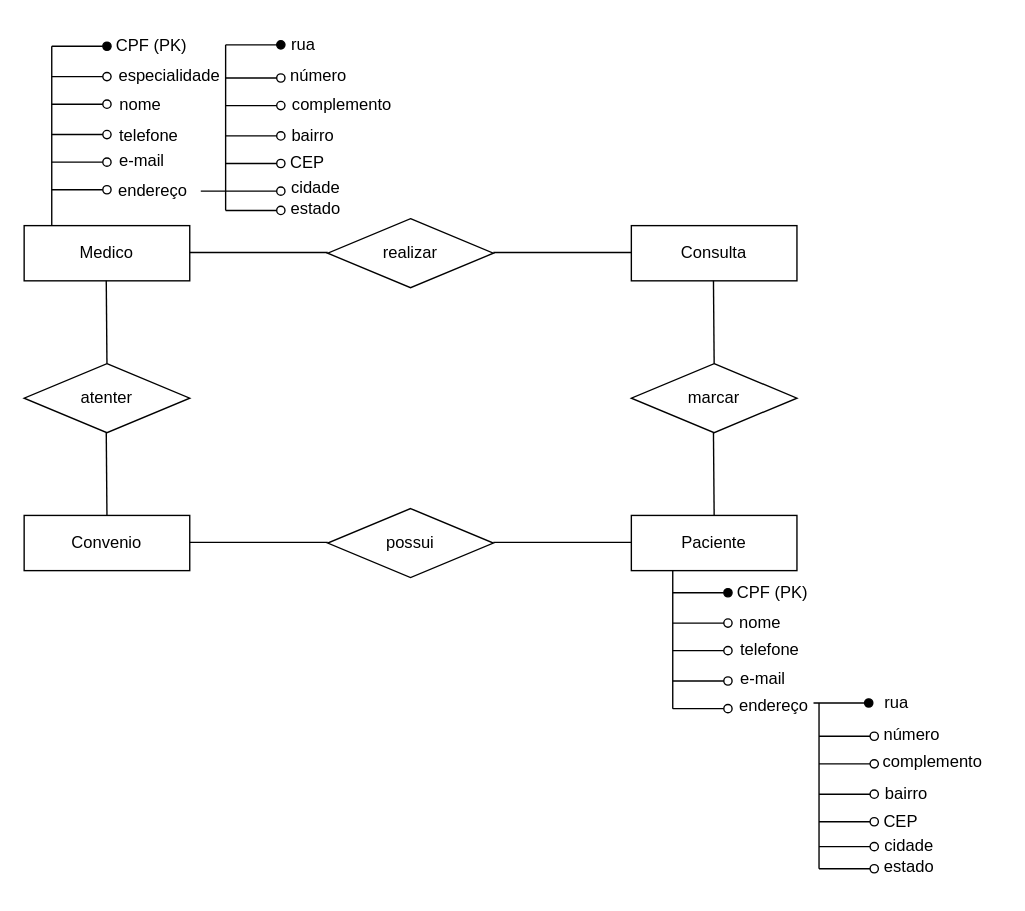
Above: Diagrama sem nome.drawio in cristianetechcode/Portifolio (draw.io), before the change. Source tidied: cells renumbered, new cells numbered last; positions are measured from the earlier drawing's top-left corner, leaving out a move shared by most shapes. Both pictures are drawn from the tidied source at 138%, with x=0, y=0 at pixel (23, 23).
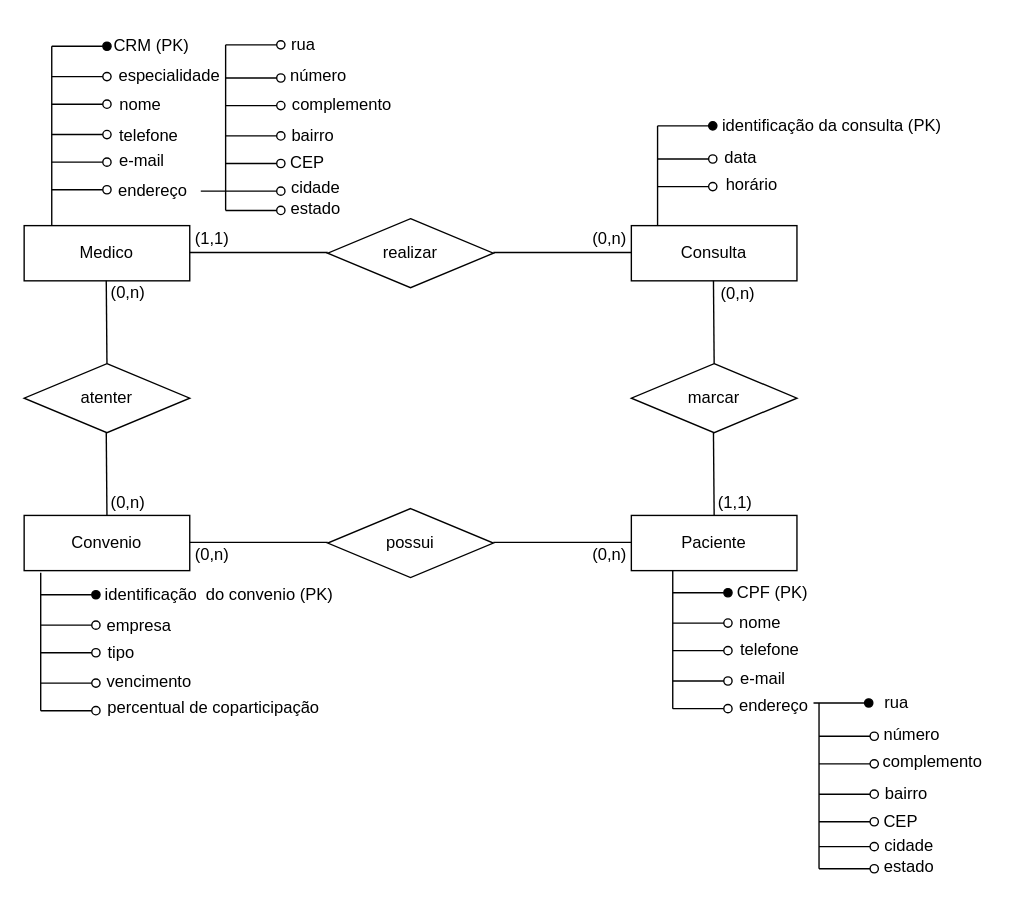
After the change.

What changed in the source:
```diff
@@
-    <mxCell id="25" value="CPF (PK)" style="text;html=1;align=center;verticalAlign=middle;strokeColor=none;fillColor=none;" parent="1" vertex="1">
-      <mxGeometry x="57" y="1" width="70" height="30" as="geometry" />
+    <mxCell id="25" value="CRM (PK)" style="text;html=1;align=center;verticalAlign=middle;strokeColor=none;fillColor=none;" parent="1" vertex="1">
+      <mxGeometry x="52" y="1" width="80" height="30" as="geometry" />
     </mxCell>
@@
-    <mxCell id="31" style="endArrow=oval;html=1;rounded=0;startArrow=none;startFill=0;endFill=1;" parent="1" edge="1">
+    <mxCell id="31" style="endArrow=oval;html=1;rounded=0;startArrow=none;startFill=0;endFill=0;" parent="1" edge="1">
       <mxGeometry relative="1" as="geometry">
         <mxPoint x="146" y="15" as="sourcePoint" />
         <mxPoint x="186" y="15" as="targetPoint" />
       </mxGeometry>
     </mxCell>
@@
+    <mxCell id="72" value="(1,1)" style="text;html=1;align=center;verticalAlign=middle;strokeColor=none;fillColor=none;" parent="1" vertex="1">
+      <mxGeometry x="111" y="141" width="50" height="30" as="geometry" />
+    </mxCell>
+    <mxCell id="73" value="(0,n)" style="text;html=1;align=center;verticalAlign=middle;strokeColor=none;fillColor=none;" parent="1" vertex="1">
+      <mxGeometry x="492" y="181" width="50" height="30" as="geometry" />
+    </mxCell>
+    <mxCell id="74" value="(0,n)" style="text;html=1;align=center;verticalAlign=middle;strokeColor=none;fillColor=none;" parent="1" vertex="1">
+      <mxGeometry x="399" y="370" width="50" height="30" as="geometry" />
+    </mxCell>
+    <mxCell id="75" value="(0,n)" style="text;html=1;align=center;verticalAlign=middle;strokeColor=none;fillColor=none;" parent="1" vertex="1">
+      <mxGeometry x="111" y="370" width="50" height="30" as="geometry" />
+    </mxCell>
+    <mxCell id="76" value="(0,n)" style="text;html=1;align=center;verticalAlign=middle;strokeColor=none;fillColor=none;" parent="1" vertex="1">
+      <mxGeometry x="399" y="141" width="50" height="30" as="geometry" />
+    </mxCell>
+    <mxCell id="77" value="(1,1)" style="text;html=1;align=center;verticalAlign=middle;strokeColor=none;fillColor=none;" parent="1" vertex="1">
+      <mxGeometry x="490" y="332" width="50" height="30" as="geometry" />
+    </mxCell>
+    <mxCell id="78" value="(0,n)" style="text;html=1;align=center;verticalAlign=middle;strokeColor=none;fillColor=none;" parent="1" vertex="1">
+      <mxGeometry x="50" y="332" width="50" height="30" as="geometry" />
+    </mxCell>
+    <mxCell id="79" value="(0,n)" style="text;html=1;align=center;verticalAlign=middle;strokeColor=none;fillColor=none;" parent="1" vertex="1">
+      <mxGeometry x="50" y="180" width="50" height="30" as="geometry" />
+    </mxCell>
+    <mxCell id="80" style="endArrow=oval;html=1;rounded=0;startArrow=none;startFill=0;endFill=1;" parent="1" edge="1">
+      <mxGeometry relative="1" as="geometry">
+        <mxPoint x="459" y="73.7" as="sourcePoint" />
+        <mxPoint x="499" y="73.7" as="targetPoint" />
+      </mxGeometry>
+    </mxCell>
+    <mxCell id="81" style="endArrow=oval;html=1;rounded=0;startArrow=none;startFill=0;endFill=0;" parent="1" edge="1">
+      <mxGeometry relative="1" as="geometry">
+        <mxPoint x="459" y="97.7" as="sourcePoint" />
+        <mxPoint x="499" y="97.7" as="targetPoint" />
+      </mxGeometry>
+    </mxCell>
+    <mxCell id="82" style="endArrow=oval;html=1;rounded=0;startArrow=none;startFill=0;endFill=0;" parent="1" edge="1">
+      <mxGeometry relative="1" as="geometry">
+        <mxPoint x="459" y="117.7" as="sourcePoint" />
+        <mxPoint x="499" y="117.7" as="targetPoint" />
+      </mxGeometry>
+    </mxCell>
+    <mxCell id="83" style="endArrow=none;html=1;rounded=0;" parent="1" edge="1">
+      <mxGeometry relative="1" as="geometry">
+        <mxPoint x="459" y="146" as="sourcePoint" />
+        <mxPoint x="459" y="73.7" as="targetPoint" />
+      </mxGeometry>
+    </mxCell>
+    <mxCell id="84" value="identificação da consulta (PK)" style="text;html=1;align=center;verticalAlign=middle;strokeColor=none;fillColor=none;" parent="1" vertex="1">
+      <mxGeometry x="495" y="58.7" width="180" height="30" as="geometry" />
+    </mxCell>
+    <mxCell id="85" value="data" style="text;html=1;align=center;verticalAlign=middle;strokeColor=none;fillColor=none;" parent="1" vertex="1">
+      <mxGeometry x="494" y="81.7" width="50" height="30" as="geometry" />
+    </mxCell>
+    <mxCell id="86" value="horário" style="text;html=1;align=center;verticalAlign=middle;strokeColor=none;fillColor=none;" parent="1" vertex="1">
+      <mxGeometry x="497" y="101.7" width="60" height="30" as="geometry" />
+    </mxCell>
+    <mxCell id="87" style="endArrow=oval;html=1;rounded=0;startArrow=none;startFill=0;endFill=1;" parent="1" edge="1">
+      <mxGeometry relative="1" as="geometry">
+        <mxPoint x="12" y="413.5" as="sourcePoint" />
+        <mxPoint x="52" y="413.5" as="targetPoint" />
+      </mxGeometry>
+    </mxCell>
+    <mxCell id="88" style="endArrow=oval;html=1;rounded=0;startArrow=none;startFill=0;endFill=0;" parent="1" edge="1">
+      <mxGeometry relative="1" as="geometry">
+        <mxPoint x="12" y="435.5" as="sourcePoint" />
+        <mxPoint x="52" y="435.5" as="targetPoint" />
+      </mxGeometry>
+    </mxCell>
+    <mxCell id="89" style="endArrow=oval;html=1;rounded=0;startArrow=none;startFill=0;endFill=0;" parent="1" edge="1">
+      <mxGeometry relative="1" as="geometry">
+        <mxPoint x="12" y="455.5" as="sourcePoint" />
+        <mxPoint x="52" y="455.5" as="targetPoint" />
+      </mxGeometry>
+    </mxCell>
+    <mxCell id="90" style="endArrow=oval;html=1;rounded=0;startArrow=none;startFill=0;endFill=0;" parent="1" edge="1">
+      <mxGeometry relative="1" as="geometry">
+        <mxPoint x="12" y="477.5" as="sourcePoint" />
+        <mxPoint x="52" y="477.5" as="targetPoint" />
+      </mxGeometry>
+    </mxCell>
+    <mxCell id="91" style="endArrow=oval;html=1;rounded=0;startArrow=none;startFill=0;endFill=0;" parent="1" edge="1">
+      <mxGeometry relative="1" as="geometry">
+        <mxPoint x="12" y="497.5" as="sourcePoint" />
+        <mxPoint x="52" y="497.5" as="targetPoint" />
+      </mxGeometry>
+    </mxCell>
+    <mxCell id="92" value="identificação&amp;nbsp; do convenio (PK)" style="text;html=1;align=center;verticalAlign=middle;strokeColor=none;fillColor=none;" parent="1" vertex="1">
+      <mxGeometry x="46" y="398.5" width="190" height="30" as="geometry" />
+    </mxCell>
+    <mxCell id="93" value="tipo" style="text;html=1;align=center;verticalAlign=middle;strokeColor=none;fillColor=none;" parent="1" vertex="1">
+      <mxGeometry x="50" y="440.5" width="40" height="30" as="geometry" />
+    </mxCell>
+    <mxCell id="94" value="vencimento&amp;nbsp;" style="text;html=1;align=center;verticalAlign=middle;strokeColor=none;fillColor=none;" parent="1" vertex="1">
+      <mxGeometry x="47" y="461.5" width="90" height="30" as="geometry" />
+    </mxCell>
+    <mxCell id="95" value="percentual de coparticipação" style="text;html=1;align=center;verticalAlign=middle;strokeColor=none;fillColor=none;" parent="1" vertex="1">
+      <mxGeometry x="47" y="480.5" width="180" height="30" as="geometry" />
+    </mxCell>
+    <mxCell id="96" style="endArrow=none;html=1;rounded=0;" parent="1" edge="1">
+      <mxGeometry relative="1" as="geometry">
+        <mxPoint x="12" y="497.5" as="sourcePoint" />
+        <mxPoint x="12" y="397.5" as="targetPoint" />
+      </mxGeometry>
+    </mxCell>
+    <mxCell id="97" value="empresa" style="text;html=1;align=center;verticalAlign=middle;strokeColor=none;fillColor=none;" parent="1" vertex="1">
+      <mxGeometry x="48" y="420.5" width="70" height="30" as="geometry" />
+    </mxCell>
```
